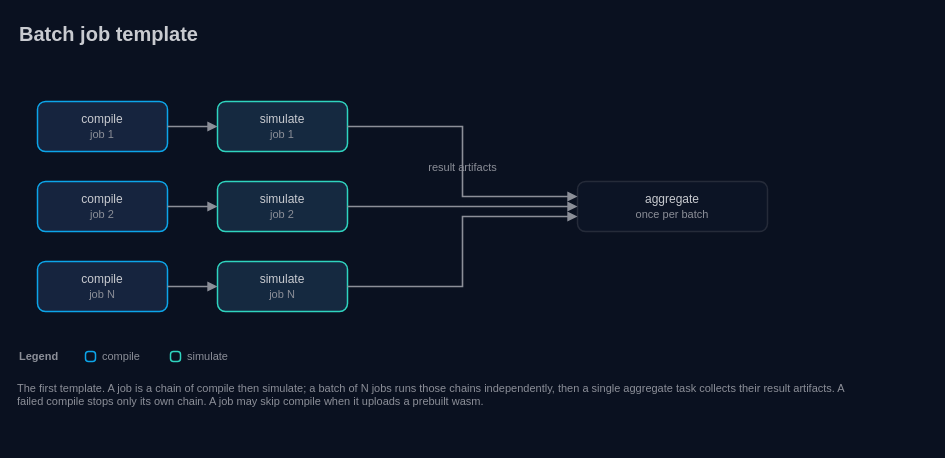
Before: docs/architecture/03-batch-job-template.drawio in AndoNorth/wasm-dag-forge, a draw.io diagram. Source tidied: cells renumbered, new cells numbered last; positions are measured from the earlier drawing's top-left corner, leaving out a move shared by most shapes. Both pictures are drawn from the tidied source at 100%, with x=0, y=0 at pixel (17, 17).
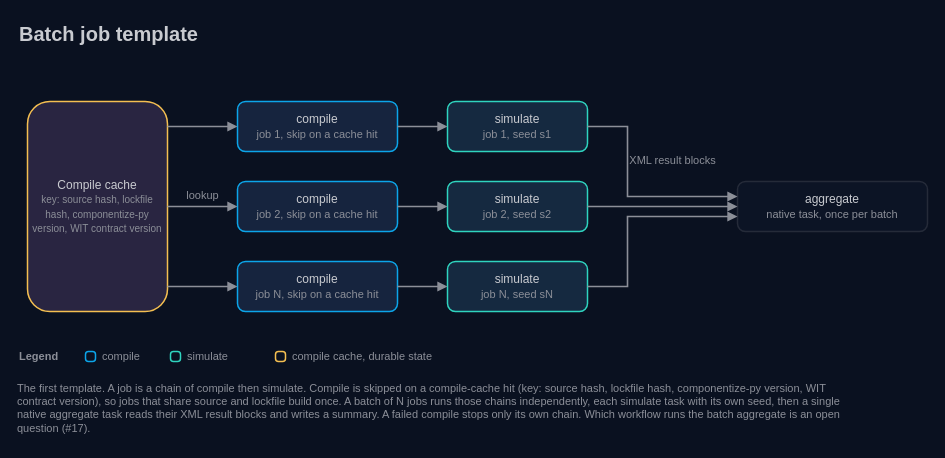
After the change.

Change to the diagram source:
```diff
@@
-    <mxCell id="3" value="compile&lt;br&gt;&lt;font color=&quot;#8c8f98&quot; style=&quot;font-size:11px&quot;&gt;job 1&lt;/font&gt;" style="rounded=1;arcSize=16;html=1;whiteSpace=wrap;fillColor=#16243e;strokeColor=#0ca5e9;strokeWidth=1.5;fontColor=#c9cbd0;fontSize=12;fontFamily=IBM Plex Sans;" parent="1" vertex="1">
-      <mxGeometry x="20" y="84" width="130" height="50" as="geometry" />
+    <mxCell id="3" value="compile&lt;br&gt;&lt;font color=&quot;#8c8f98&quot; style=&quot;font-size:11px&quot;&gt;job 1, skip on a cache hit&lt;/font&gt;" style="rounded=1;arcSize=16;html=1;whiteSpace=wrap;fillColor=#16243e;strokeColor=#0ca5e9;strokeWidth=1.5;fontColor=#c9cbd0;fontSize=12;fontFamily=IBM Plex Sans;" parent="1" vertex="1">
+      <mxGeometry x="220" y="84" width="160" height="50" as="geometry" />
     </mxCell>
-    <mxCell id="4" value="simulate&lt;br&gt;&lt;font color=&quot;#8c8f98&quot; style=&quot;font-size:11px&quot;&gt;job 1&lt;/font&gt;" style="rounded=1;arcSize=16;html=1;whiteSpace=wrap;fillColor=#152940;strokeColor=#2fd4bf;strokeWidth=1.5;fontColor=#c9cbd0;fontSize=12;fontFamily=IBM Plex Sans;" parent="1" vertex="1">
-      <mxGeometry x="200" y="84" width="130" height="50" as="geometry" />
+    <mxCell id="4" value="simulate&lt;br&gt;&lt;font color=&quot;#8c8f98&quot; style=&quot;font-size:11px&quot;&gt;job 1, seed s1&lt;/font&gt;" style="rounded=1;arcSize=16;html=1;whiteSpace=wrap;fillColor=#152940;strokeColor=#2fd4bf;strokeWidth=1.5;fontColor=#c9cbd0;fontSize=12;fontFamily=IBM Plex Sans;" parent="1" vertex="1">
+      <mxGeometry x="430" y="84" width="140" height="50" as="geometry" />
     </mxCell>
-    <mxCell id="5" value="compile&lt;br&gt;&lt;font color=&quot;#8c8f98&quot; style=&quot;font-size:11px&quot;&gt;job 2&lt;/font&gt;" style="rounded=1;arcSize=16;html=1;whiteSpace=wrap;fillColor=#16243e;strokeColor=#0ca5e9;strokeWidth=1.5;fontColor=#c9cbd0;fontSize=12;fontFamily=IBM Plex Sans;" parent="1" vertex="1">
-      <mxGeometry x="20" y="164" width="130" height="50" as="geometry" />
+    <mxCell id="5" value="compile&lt;br&gt;&lt;font color=&quot;#8c8f98&quot; style=&quot;font-size:11px&quot;&gt;job 2, skip on a cache hit&lt;/font&gt;" style="rounded=1;arcSize=16;html=1;whiteSpace=wrap;fillColor=#16243e;strokeColor=#0ca5e9;strokeWidth=1.5;fontColor=#c9cbd0;fontSize=12;fontFamily=IBM Plex Sans;" parent="1" vertex="1">
+      <mxGeometry x="220" y="164" width="160" height="50" as="geometry" />
     </mxCell>
-    <mxCell id="6" value="simulate&lt;br&gt;&lt;font color=&quot;#8c8f98&quot; style=&quot;font-size:11px&quot;&gt;job 2&lt;/font&gt;" style="rounded=1;arcSize=16;html=1;whiteSpace=wrap;fillColor=#152940;strokeColor=#2fd4bf;strokeWidth=1.5;fontColor=#c9cbd0;fontSize=12;fontFamily=IBM Plex Sans;" parent="1" vertex="1">
-      <mxGeometry x="200" y="164" width="130" height="50" as="geometry" />
+    <mxCell id="6" value="simulate&lt;br&gt;&lt;font color=&quot;#8c8f98&quot; style=&quot;font-size:11px&quot;&gt;job 2, seed s2&lt;/font&gt;" style="rounded=1;arcSize=16;html=1;whiteSpace=wrap;fillColor=#152940;strokeColor=#2fd4bf;strokeWidth=1.5;fontColor=#c9cbd0;fontSize=12;fontFamily=IBM Plex Sans;" parent="1" vertex="1">
+      <mxGeometry x="430" y="164" width="140" height="50" as="geometry" />
     </mxCell>
-    <mxCell id="7" value="compile&lt;br&gt;&lt;font color=&quot;#8c8f98&quot; style=&quot;font-size:11px&quot;&gt;job N&lt;/font&gt;" style="rounded=1;arcSize=16;html=1;whiteSpace=wrap;fillColor=#16243e;strokeColor=#0ca5e9;strokeWidth=1.5;fontColor=#c9cbd0;fontSize=12;fontFamily=IBM Plex Sans;" parent="1" vertex="1">
-      <mxGeometry x="20" y="244" width="130" height="50" as="geometry" />
+    <mxCell id="7" value="compile&lt;br&gt;&lt;font color=&quot;#8c8f98&quot; style=&quot;font-size:11px&quot;&gt;job N, skip on a cache hit&lt;/font&gt;" style="rounded=1;arcSize=16;html=1;whiteSpace=wrap;fillColor=#16243e;strokeColor=#0ca5e9;strokeWidth=1.5;fontColor=#c9cbd0;fontSize=12;fontFamily=IBM Plex Sans;" parent="1" vertex="1">
+      <mxGeometry x="220" y="244" width="160" height="50" as="geometry" />
     </mxCell>
-    <mxCell id="8" value="simulate&lt;br&gt;&lt;font color=&quot;#8c8f98&quot; style=&quot;font-size:11px&quot;&gt;job N&lt;/font&gt;" style="rounded=1;arcSize=16;html=1;whiteSpace=wrap;fillColor=#152940;strokeColor=#2fd4bf;strokeWidth=1.5;fontColor=#c9cbd0;fontSize=12;fontFamily=IBM Plex Sans;" parent="1" vertex="1">
-      <mxGeometry x="200" y="244" width="130" height="50" as="geometry" />
+    <mxCell id="8" value="simulate&lt;br&gt;&lt;font color=&quot;#8c8f98&quot; style=&quot;font-size:11px&quot;&gt;job N, seed sN&lt;/font&gt;" style="rounded=1;arcSize=16;html=1;whiteSpace=wrap;fillColor=#152940;strokeColor=#2fd4bf;strokeWidth=1.5;fontColor=#c9cbd0;fontSize=12;fontFamily=IBM Plex Sans;" parent="1" vertex="1">
+      <mxGeometry x="430" y="244" width="140" height="50" as="geometry" />
     </mxCell>
-    <mxCell id="9" value="aggregate&lt;br&gt;&lt;font color=&quot;#8c8f98&quot; style=&quot;font-size:11px&quot;&gt;once per batch&lt;/font&gt;" style="rounded=1;arcSize=16;html=1;whiteSpace=wrap;fillColor=#0c1425;strokeColor=#252b39;strokeWidth=1.5;fontColor=#c9cbd0;fontSize=12;fontFamily=IBM Plex Sans;" parent="1" vertex="1">
-      <mxGeometry x="560" y="164" width="190" height="50" as="geometry" />
+    <mxCell id="9" value="aggregate&lt;br&gt;&lt;font color=&quot;#8c8f98&quot; style=&quot;font-size:11px&quot;&gt;native task, once per batch&lt;/font&gt;" style="rounded=1;arcSize=16;html=1;whiteSpace=wrap;fillColor=#0c1425;strokeColor=#252b39;strokeWidth=1.5;fontColor=#c9cbd0;fontSize=12;fontFamily=IBM Plex Sans;" parent="1" vertex="1">
+      <mxGeometry x="720" y="164" width="190" height="50" as="geometry" />
     </mxCell>
+    <mxCell id="23" value="Compile cache&lt;br&gt;&lt;font color=&quot;#8c8f98&quot; style=&quot;font-size:10px&quot;&gt;key: source hash, lockfile hash, componentize-py version, WIT contract version&lt;/font&gt;" style="rounded=1;arcSize=16;html=1;whiteSpace=wrap;fillColor=#292541;strokeColor=#f4bf51;strokeWidth=1.5;fontColor=#c9cbd0;fontSize=12;fontFamily=IBM Plex Sans;" parent="1" vertex="1">
+      <mxGeometry x="10" y="84" width="140" height="210" as="geometry" />
+    </mxCell>
-    <mxCell id="10" value="result artifacts" style="text;html=1;strokeColor=none;fillColor=none;align=center;verticalAlign=middle;whiteSpace=nowrap;fontColor=#8c8f98;fontSize=11;fontFamily=IBM Plex Sans;spacing=0;spacingLeft=0;" parent="1" vertex="1">
-      <mxGeometry x="396.2" y="141" width="97.6" height="18" as="geometry" />
+    <mxCell id="10" value="XML result blocks" style="text;html=1;strokeColor=none;fillColor=none;align=center;verticalAlign=middle;whiteSpace=nowrap;fontColor=#8c8f98;fontSize=11;fontFamily=IBM Plex Sans;spacing=0;spacingLeft=0;" parent="1" vertex="1">
+      <mxGeometry x="605" y="134" width="100" height="18" as="geometry" />
     </mxCell>
+    <mxCell id="24" value="lookup" style="text;html=1;strokeColor=none;fillColor=none;align=center;verticalAlign=middle;whiteSpace=nowrap;fontColor=#8c8f98;fontSize=11;fontFamily=IBM Plex Sans;spacing=0;spacingLeft=0;" parent="1" vertex="1">
+      <mxGeometry x="160" y="169" width="50" height="18" as="geometry" />
+    </mxCell>
@@
+    <mxCell id="25" style="endArrow=block;endFill=1;startArrow=none;startFill=1;html=1;rounded=0;strokeColor=#8c8f98;strokeWidth=1.6;exitX=1;exitY=0.881;exitDx=0;exitDy=0;entryX=0;entryY=0.5;entryDx=0;entryDy=0;" parent="1" edge="1" source="23" target="7">
+      <mxGeometry relative="1" as="geometry" />
+    </mxCell>
+    <mxCell id="26" style="endArrow=block;endFill=1;startArrow=none;startFill=1;html=1;rounded=0;strokeColor=#8c8f98;strokeWidth=1.6;exitX=1;exitY=0.5;exitDx=0;exitDy=0;entryX=0;entryY=0.5;entryDx=0;entryDy=0;" parent="1" edge="1" source="23" target="5">
+      <mxGeometry relative="1" as="geometry" />
+    </mxCell>
+    <mxCell id="27" style="endArrow=block;endFill=1;startArrow=none;startFill=1;html=1;rounded=0;strokeColor=#8c8f98;strokeWidth=1.6;exitX=1;exitY=0.119;exitDx=0;exitDy=0;entryX=0;entryY=0.5;entryDx=0;entryDy=0;" parent="1" edge="1" source="23" target="3">
+      <mxGeometry relative="1" as="geometry" />
+    </mxCell>
@@
     <mxCell id="14" style="endArrow=block;endFill=1;startArrow=none;startFill=1;html=1;rounded=0;strokeColor=#8c8f98;strokeWidth=1.6;exitX=1;exitY=0.5;exitDx=0;exitDy=0;entryX=0;entryY=0.3;entryDx=0;entryDy=0;" parent="1" edge="1" source="4" target="9">
       <mxGeometry relative="1" as="geometry">
         <Array as="points">
-          <mxPoint x="445" y="109" />
-          <mxPoint x="445" y="179" />
+          <mxPoint x="610" y="109" />
+          <mxPoint x="610" y="179" />
         </Array>
       </mxGeometry>
     </mxCell>
@@
     <mxCell id="16" style="endArrow=block;endFill=1;startArrow=none;startFill=1;html=1;rounded=0;strokeColor=#8c8f98;strokeWidth=1.6;exitX=1;exitY=0.5;exitDx=0;exitDy=0;entryX=0;entryY=0.7;entryDx=0;entryDy=0;" parent="1" edge="1" source="8" target="9">
       <mxGeometry relative="1" as="geometry">
         <Array as="points">
-          <mxPoint x="445" y="269" />
-          <mxPoint x="445" y="199" />
+          <mxPoint x="610" y="269" />
+          <mxPoint x="610" y="199" />
         </Array>
       </mxGeometry>
     </mxCell>
@@
+    <mxCell id="28" style="rounded=1;arcSize=30;html=1;fillColor=none;strokeColor=#f4bf51;strokeWidth=1.5;" parent="1" vertex="1">
+      <mxGeometry x="258" y="334" width="10" height="10" as="geometry" />
+    </mxCell>
+    <mxCell id="29" value="compile cache, durable state" style="text;html=1;strokeColor=none;fillColor=none;align=left;verticalAlign=middle;whiteSpace=nowrap;fontColor=#8c8f98;fontSize=11;fontFamily=IBM Plex Sans;" parent="1" vertex="1">
+      <mxGeometry x="273" y="330" width="170" height="18" as="geometry" />
+    </mxCell>
-    <mxCell id="22" value="The first template. A job is a chain of compile then simulate; a batch of N jobs runs those chains independently, then a single aggregate task collects their result artifacts. A failed compile stops only its own chain. A job may skip compile when it uploads a prebuilt wasm." style="text;html=1;strokeColor=none;fillColor=none;align=left;verticalAlign=top;whiteSpace=wrap;fontColor=#8c8f98;fontSize=11;fontFamily=IBM Plex Sans;spacing=0;" parent="1" vertex="1">
-      <mxGeometry y="360" width="840" height="40" as="geometry" />
+    <mxCell id="22" value="The first template. A job is a chain of compile then simulate. Compile is skipped on a compile-cache hit (key: source hash, lockfile hash, componentize-py version, WIT contract version), so jobs that share source and lockfile build once. A batch of N jobs runs those chains independently, each simulate task with its own seed, then a single native aggregate task reads their XML result blocks and writes a summary. A failed compile stops only its own chain. Which workflow runs the batch aggregate is an open question (#17)." style="text;html=1;strokeColor=none;fillColor=none;align=left;verticalAlign=top;whiteSpace=wrap;fontColor=#8c8f98;fontSize=11;fontFamily=IBM Plex Sans;spacing=0;" parent="1" vertex="1">
+      <mxGeometry y="360" width="840" height="64" as="geometry" />
     </mxCell>
```
